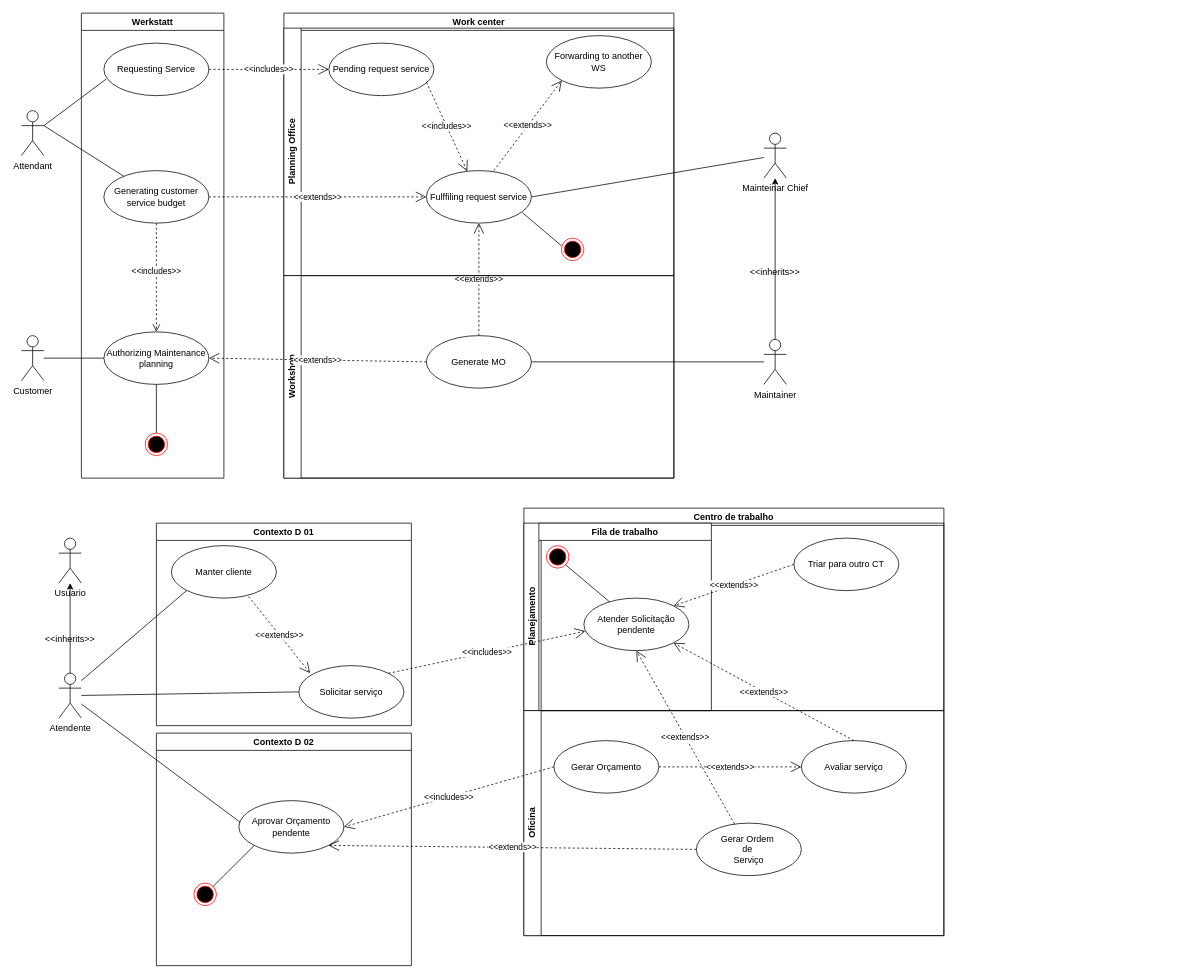
The draw.io diagram models/werkstatt.drawio in dnanseldev/Werkstatt, before the edit. Source tidied: cells renumbered, new cells numbered last; positions are measured from the earlier drawing's top-left corner, leaving out a move shared by most shapes. Both pictures are drawn from the tidied source at 75%, with x=0, y=0 at pixel (21, 13).
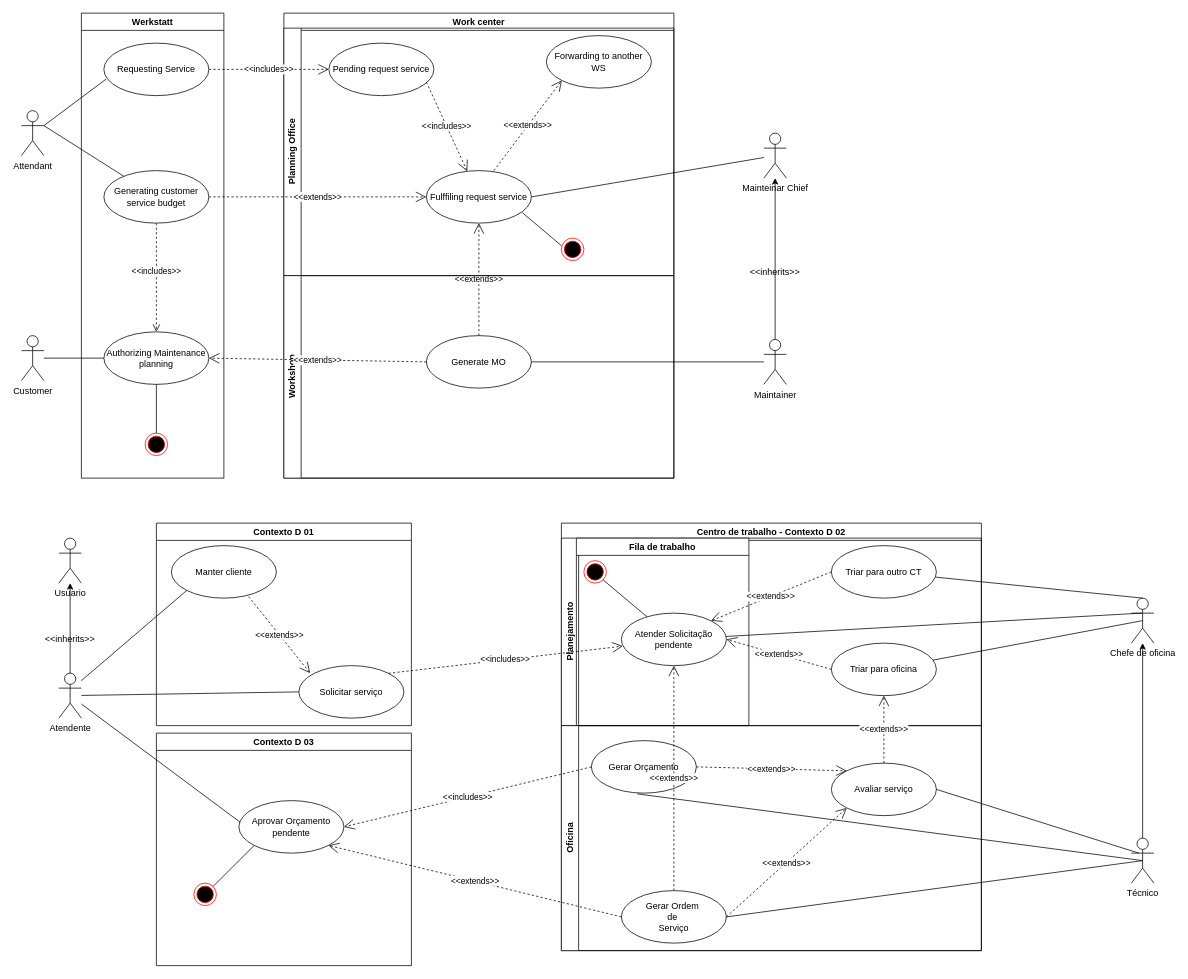
Above is the later version.

Unchanged cells that the change refers to:
```xml
<mxCell id="46" value="Planejamento" style="swimlane;horizontal=0;whiteSpace=wrap;html=1;" parent="45" vertex="1">
  <mxGeometry y="20" width="560" height="250" as="geometry" />
</mxCell>
<mxCell id="48" value="Atender Solicitação pendente" style="ellipse;whiteSpace=wrap;html=1;" parent="47" vertex="1">
  <mxGeometry x="60" y="100" width="140" height="70" as="geometry" />
</mxCell>
<mxCell id="53" value="Oficina" style="swimlane;horizontal=0;whiteSpace=wrap;html=1;" parent="45" vertex="1">
  <mxGeometry y="270" width="560" height="300" as="geometry" />
</mxCell>
```

What changed in the source:
```diff
@@
-    <mxCell id="45" value="Centro de trabalho" style="swimlane;whiteSpace=wrap;html=1;" parent="1" vertex="1">
-      <mxGeometry x="670" y="660" width="560" height="570" as="geometry" />
+    <mxCell id="45" value="Centro de trabalho - Contexto D 02" style="swimlane;whiteSpace=wrap;html=1;" parent="1" vertex="1">
+      <mxGeometry x="720" y="680" width="560" height="570" as="geometry" />
     </mxCell>
@@
     <mxCell id="51" value="Triar para outro CT" style="ellipse;whiteSpace=wrap;html=1;" parent="46" vertex="1">
-      <mxGeometry x="360" y="20" width="140" height="70" as="geometry" />
+      <mxGeometry x="360" y="10" width="140" height="70" as="geometry" />
     </mxCell>
@@
+    <mxCell id="68" value="Triar para oficina" style="ellipse;whiteSpace=wrap;html=1;" parent="46" vertex="1">
+      <mxGeometry x="360" y="140" width="140" height="70" as="geometry" />
+    </mxCell>
+    <mxCell id="69" value="&amp;lt;&amp;lt;extends&amp;gt;&amp;gt;" style="endArrow=open;endSize=12;dashed=1;html=1;rounded=0;exitX=0;exitY=0.5;exitDx=0;exitDy=0;entryX=1;entryY=0.5;entryDx=0;entryDy=0;" parent="46" edge="1" source="68" target="48">
+      <mxGeometry relative="1" as="geometry" />
+    </mxCell>
@@
     <mxCell id="54" value="Gerar Ordem&amp;nbsp;&lt;br&gt;de&amp;nbsp;&lt;br&gt;Serviço" style="ellipse;whiteSpace=wrap;html=1;" parent="53" vertex="1">
-      <mxGeometry x="230" y="150" width="140" height="70" as="geometry" />
+      <mxGeometry x="80" y="220" width="140" height="70" as="geometry" />
     </mxCell>
     <mxCell id="55" value="Avaliar serviço" style="ellipse;whiteSpace=wrap;html=1;" parent="53" vertex="1">
-      <mxGeometry x="370" y="40" width="140" height="70" as="geometry" />
+      <mxGeometry x="360" y="50" width="140" height="70" as="geometry" />
     </mxCell>
     <mxCell id="56" value="Gerar Orçamento" style="ellipse;whiteSpace=wrap;html=1;" parent="53" vertex="1">
-      <mxGeometry x="40" y="40" width="140" height="70" as="geometry" />
+      <mxGeometry x="40" y="20" width="140" height="70" as="geometry" />
     </mxCell>
-    <mxCell id="57" value="&amp;lt;&amp;lt;extends&amp;gt;&amp;gt;" style="endArrow=open;endSize=12;dashed=1;html=1;rounded=0;entryX=0;entryY=0.5;entryDx=0;entryDy=0;exitX=1;exitY=0.5;exitDx=0;exitDy=0;" parent="53" edge="1" source="56" target="55">
+    <mxCell id="57" value="&amp;lt;&amp;lt;extends&amp;gt;&amp;gt;" style="endArrow=open;endSize=12;dashed=1;html=1;rounded=0;entryX=0;entryY=0;entryDx=0;entryDy=0;exitX=1;exitY=0.5;exitDx=0;exitDy=0;" parent="53" edge="1" source="56" target="55">
       <mxGeometry relative="1" as="geometry" />
     </mxCell>
+    <mxCell id="70" value="&amp;lt;&amp;lt;extends&amp;gt;&amp;gt;" style="endArrow=open;endSize=12;dashed=1;html=1;rounded=0;entryX=0;entryY=1;entryDx=0;entryDy=0;exitX=1;exitY=0.5;exitDx=0;exitDy=0;" parent="53" edge="1" source="54" target="55">
+      <mxGeometry relative="1" as="geometry" />
+    </mxCell>
@@
-    <mxCell id="59" value="&amp;lt;&amp;lt;extends&amp;gt;&amp;gt;" style="endArrow=open;endSize=12;dashed=1;html=1;rounded=0;entryX=1;entryY=1;entryDx=0;entryDy=0;exitX=0.5;exitY=0;exitDx=0;exitDy=0;" parent="45" edge="1" source="55" target="48">
+    <mxCell id="59" value="&amp;lt;&amp;lt;extends&amp;gt;&amp;gt;" style="endArrow=open;endSize=12;dashed=1;html=1;rounded=0;entryX=0.5;entryY=1;entryDx=0;entryDy=0;exitX=0.5;exitY=0;exitDx=0;exitDy=0;" parent="45" edge="1" source="55" target="68">
       <mxGeometry relative="1" as="geometry" />
     </mxCell>
@@
-    <mxCell id="61" value="Contexto D 02" style="swimlane;whiteSpace=wrap;html=1;" parent="1" vertex="1">
+    <mxCell id="61" value="Contexto D 03" style="swimlane;whiteSpace=wrap;html=1;" parent="1" vertex="1">
       <mxGeometry x="180" y="960" width="340" height="310" as="geometry" />
     </mxCell>
@@
+    <mxCell id="71" value="Chefe de oficina" style="shape=umlActor;verticalLabelPosition=bottom;verticalAlign=top;html=1;" parent="1" vertex="1">
+      <mxGeometry x="1480" y="780" width="30" height="60" as="geometry" />
+    </mxCell>
+    <mxCell id="72" value="Técnico" style="shape=umlActor;verticalLabelPosition=bottom;verticalAlign=top;html=1;" parent="1" vertex="1">
+      <mxGeometry x="1480" y="1100" width="30" height="60" as="geometry" />
+    </mxCell>
+    <mxCell id="73" style="endArrow=classic;html=1;rounded=0;exitX=0.5;exitY=0;exitDx=0;exitDy=0;exitPerimeter=0;" parent="1" edge="1" source="72" target="71">
+      <mxGeometry relative="1" as="geometry" />
+    </mxCell>
+    <mxCell id="74" style="endArrow=none;html=1;rounded=0;exitX=0.993;exitY=0.6;exitDx=0;exitDy=0;exitPerimeter=0;entryX=0.5;entryY=0;entryDx=0;entryDy=0;entryPerimeter=0;" parent="1" edge="1" source="51" target="71">
+      <mxGeometry relative="1" as="geometry" />
+    </mxCell>
+    <mxCell id="75" style="endArrow=none;html=1;rounded=0;entryX=0.5;entryY=0.5;entryDx=0;entryDy=0;entryPerimeter=0;" parent="1" edge="1" source="68" target="71">
+      <mxGeometry relative="1" as="geometry" />
+    </mxCell>
+    <mxCell id="76" style="endArrow=none;html=1;rounded=0;entryX=0.467;entryY=0.333;entryDx=0;entryDy=0;entryPerimeter=0;" parent="1" edge="1" source="48" target="71">
+      <mxGeometry relative="1" as="geometry" />
+    </mxCell>
+    <mxCell id="77" style="endArrow=none;html=1;rounded=0;entryX=0.333;entryY=0.333;entryDx=0;entryDy=0;entryPerimeter=0;exitX=1;exitY=0.5;exitDx=0;exitDy=0;" parent="1" edge="1" source="55" target="72">
+      <mxGeometry relative="1" as="geometry" />
+    </mxCell>
+    <mxCell id="78" style="endArrow=none;html=1;rounded=0;entryX=0.5;entryY=0.5;entryDx=0;entryDy=0;entryPerimeter=0;exitX=1;exitY=0.5;exitDx=0;exitDy=0;" parent="1" edge="1" source="54" target="72">
+      <mxGeometry relative="1" as="geometry" />
+    </mxCell>
+    <mxCell id="79" style="endArrow=none;html=1;rounded=0;entryX=0.5;entryY=0.5;entryDx=0;entryDy=0;entryPerimeter=0;exitX=0.436;exitY=1.014;exitDx=0;exitDy=0;exitPerimeter=0;" parent="1" edge="1" source="56" target="72">
+      <mxGeometry relative="1" as="geometry" />
+    </mxCell>
```
